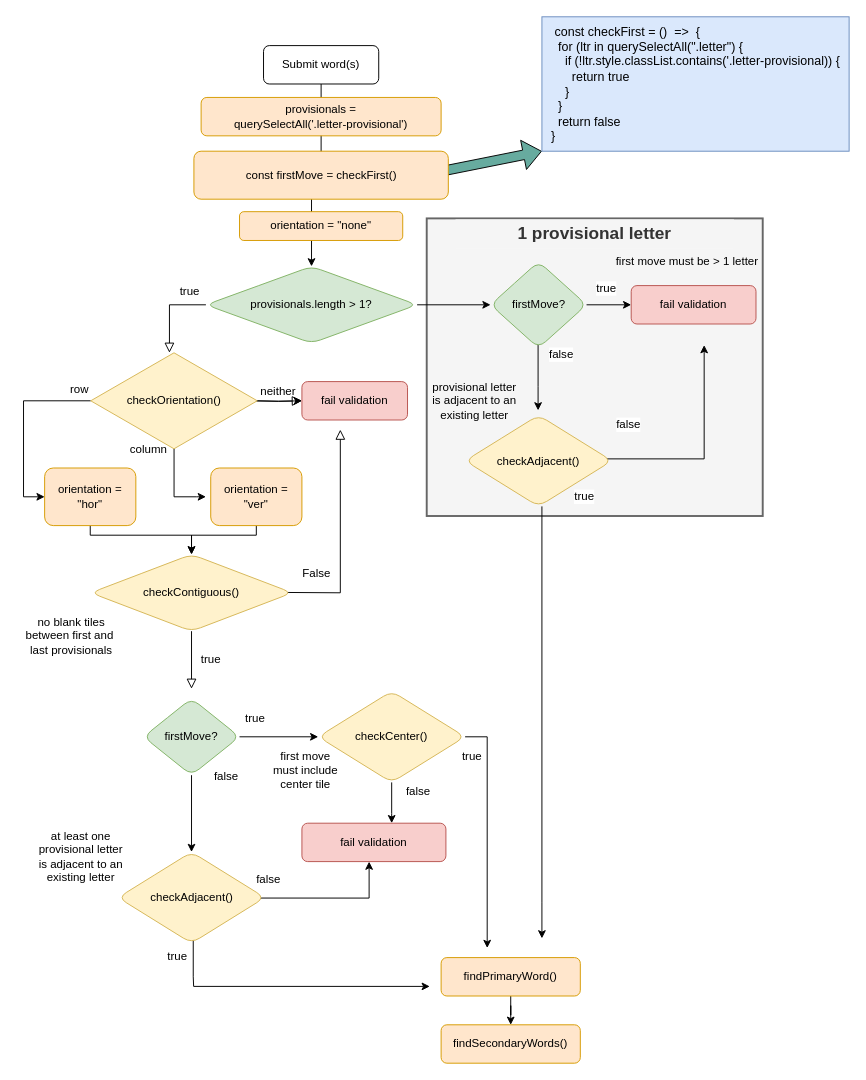
davebenjoya/scrooble keeps this draw.io diagram as Untitled Diagram.drawio. Above is the earlier version. Source tidied: cells renumbered, new cells numbered last; positions are measured from the earlier drawing's top-left corner, leaving out a move shared by most shapes. Both pictures are drawn from the tidied source at 96%, with x=0, y=0 at pixel (23, 16).
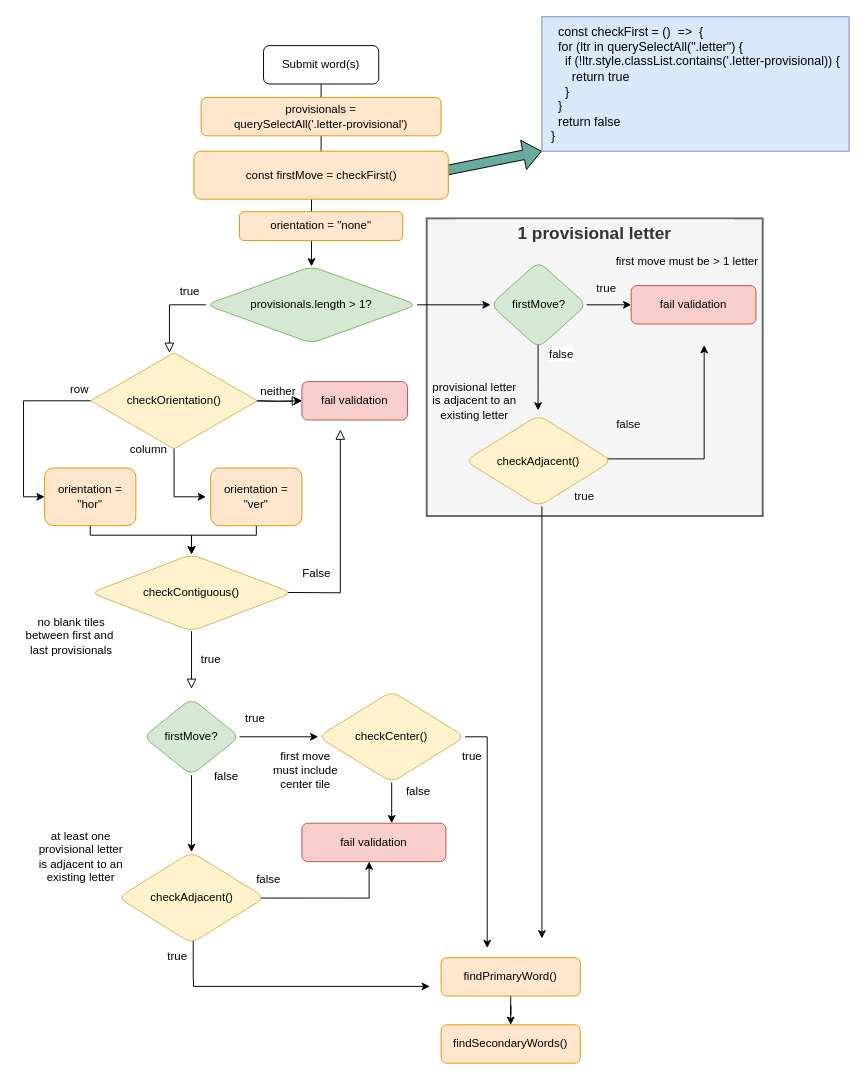
The same diagram, later.

The edit, as a diff of the source:
```diff
@@
-    <mxCell id="53" value="&lt;font style=&quot;font-size: 13px&quot;&gt;&amp;nbsp;const checkFirst = ()&amp;nbsp; =&amp;gt;&amp;nbsp; {&lt;br&gt;&amp;nbsp; for (ltr in querySelectAll(&quot;.letter&quot;) {&lt;br&gt;&amp;nbsp; &amp;nbsp; if (!ltr.style.classList.contains('.letter-provisional)) {&amp;nbsp;&lt;br&gt;&amp;nbsp; &amp;nbsp; &amp;nbsp; return true&lt;br&gt;&amp;nbsp; &amp;nbsp; }&lt;br&gt;&amp;nbsp; }&lt;br&gt;&amp;nbsp; return false&lt;br&gt;&lt;/font&gt;&lt;font style=&quot;font-size: 13px&quot;&gt;&lt;font style=&quot;font-size: 13px&quot;&gt;}&lt;/font&gt;&lt;br&gt;&lt;/font&gt;" style="rounded=0;whiteSpace=wrap;html=1;fillColor=#dae8fc;strokeColor=#6c8ebf;align=left;fontSize=12;perimeterSpacing=6;spacingLeft=8;" parent="1" vertex="1">
+    <mxCell id="53" value="&lt;font style=&quot;font-size: 13px&quot;&gt;&amp;nbsp;&amp;nbsp;const checkFirst = ()&amp;nbsp; =&amp;gt;&amp;nbsp; {&lt;br&gt;&amp;nbsp; for (ltr in querySelectAll(&quot;.letter&quot;) {&lt;br&gt;&amp;nbsp; &amp;nbsp; if (!ltr.style.classList.contains('.letter-provisional)) {&amp;nbsp;&lt;br&gt;&amp;nbsp; &amp;nbsp; &amp;nbsp; return true&lt;br&gt;&amp;nbsp; &amp;nbsp; }&lt;br&gt;&amp;nbsp; }&lt;br&gt;&amp;nbsp; return false&lt;br&gt;}&lt;br&gt;&lt;/font&gt;" style="rounded=0;whiteSpace=wrap;html=1;fillColor=#dae8fc;strokeColor=#6c8ebf;align=left;fontSize=12;perimeterSpacing=6;spacingLeft=8;" parent="1" vertex="1">
       <mxGeometry x="540" width="320" height="140" as="geometry" />
     </mxCell>
```
